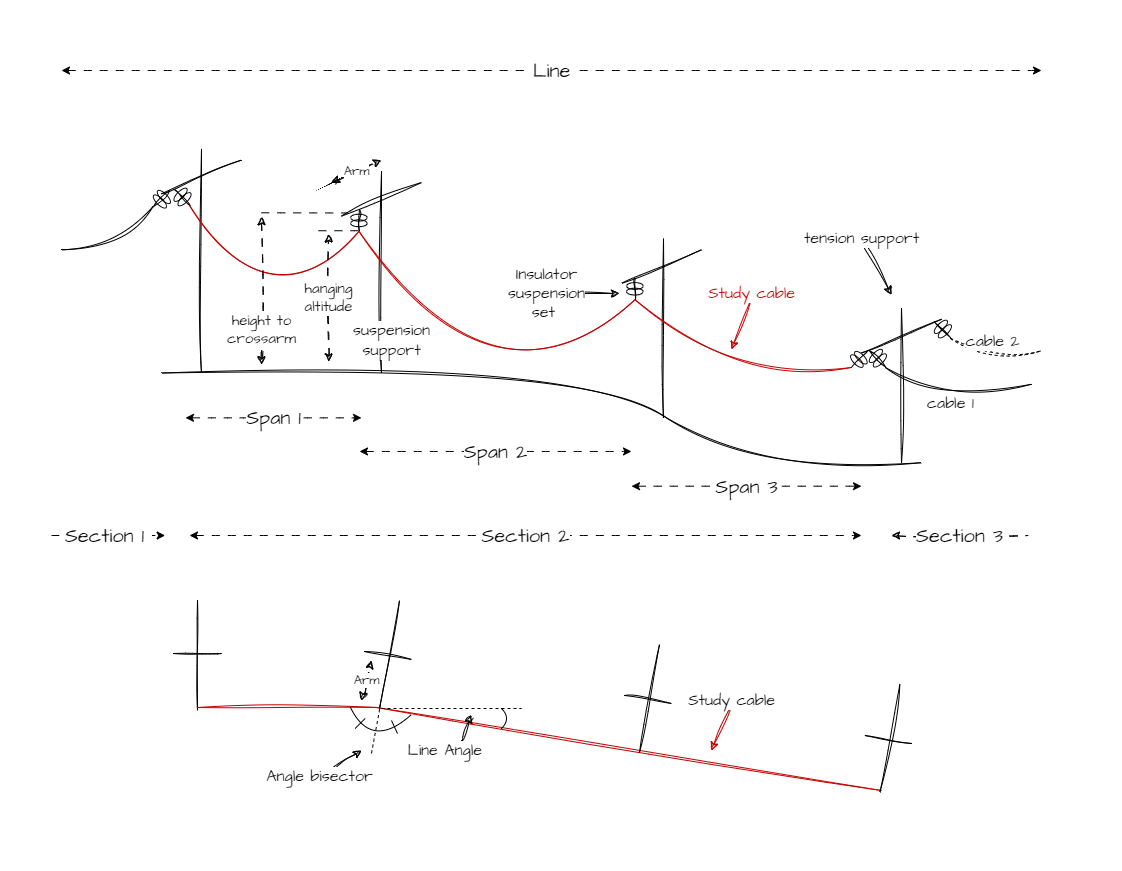
phlowers/mechaphlowers keeps this draw.io diagram as docs/user_guide/assets/powerline_definitions.drawio.png. Above is the earlier version. Source tidied: cells renumbered, new cells last; positions are measured from the earlier drawing's top-left corner, leaving out a move shared by most shapes.
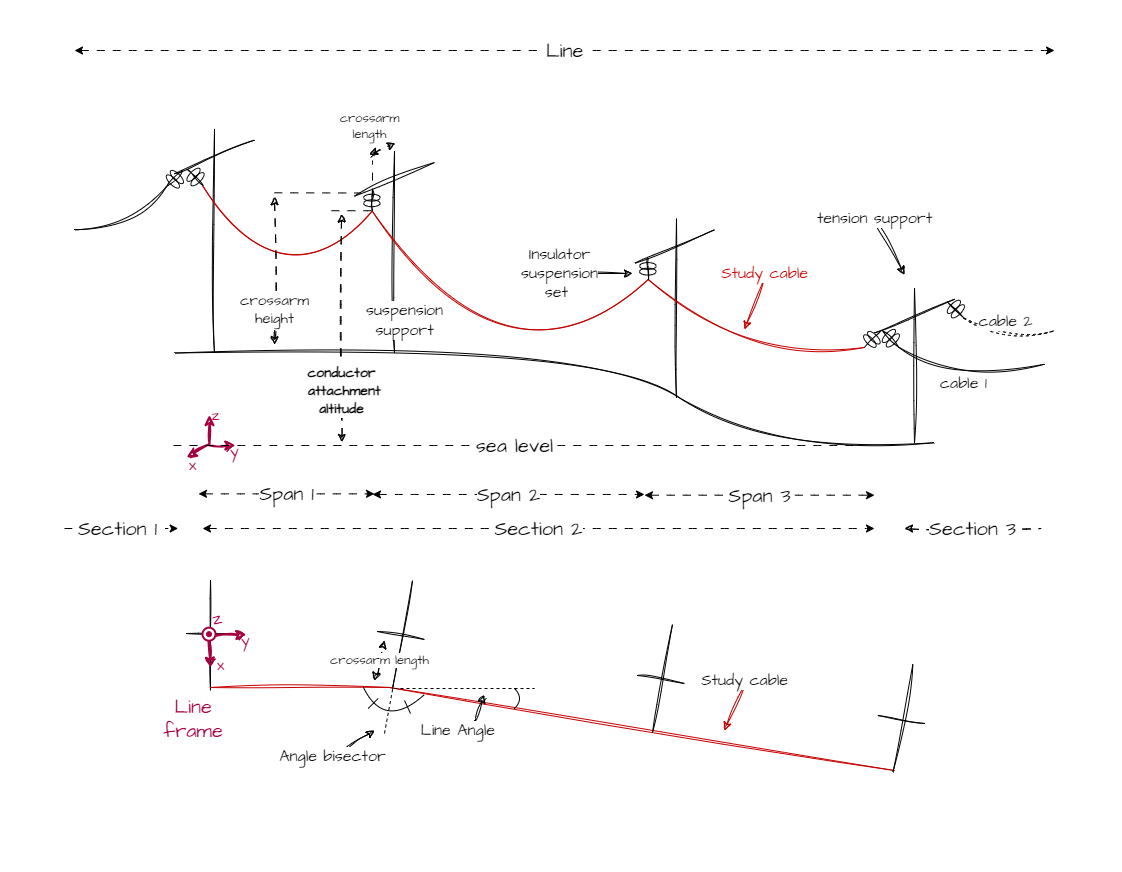
The same diagram one commit later.

Commit message:
conductor attachment altitude correction

The edit, as a diff of the source:
```diff
@@ -2,8 +2,8 @@
   <root>
     <mxCell id="0" />
     <mxCell id="1" parent="0" />
-    <mxCell id="2" style="rounded=0;whiteSpace=wrap;html=1;shadow=0;sketch=0;hachureGap=4;jiggle=2;curveFitting=1;strokeWidth=1;fontFamily=Architects Daughter;fontSource=https%3A%2F%2Ffonts.googleapis.com%2Fcss%3Ffamily%3DArchitects%2BDaughter;fontSize=15;fillColor=default;arcSize=1;strokeColor=none;" parent="1" vertex="1">
-      <mxGeometry width="1120.1" height="870" as="geometry" />
+    <mxCell id="2" style="rounded=0;html=1;shadow=0;sketch=0;hachureGap=4;jiggle=2;curveFitting=1;strokeWidth=1;fontFamily=Architects Daughter;fontSource=https%3A%2F%2Ffonts.googleapis.com%2Fcss%3Ffamily%3DArchitects%2BDaughter;fontSize=15;fillColor=default;arcSize=1;strokeColor=none;whiteSpace=wrap;" parent="1" vertex="1">
+      <mxGeometry x="-13" y="20" width="1120.1" height="870" as="geometry" />
     </mxCell>
     <mxCell id="3" style="endArrow=none;html=1;sketch=1;hachureGap=4;jiggle=2;curveFitting=1;fontFamily=Architects Daughter;fontSource=https%3A%2F%2Ffonts.googleapis.com%2Fcss%3Ffamily%3DArchitects%2BDaughter;fontSize=16;" parent="1" edge="1">
       <mxGeometry relative="1" as="geometry">
@@ -97,7 +97,7 @@
         <mxPoint x="711" y="750" as="targetPoint" />
       </mxGeometry>
     </mxCell>
-    <mxCell id="19" value="Arm" style="endArrow=classic;startArrow=classic;html=1;rounded=0;shadow=0;sketch=1;hachureGap=4;jiggle=2;curveFitting=1;strokeColor=default;fontFamily=Architects Daughter;fontSource=https%3A%2F%2Ffonts.googleapis.com%2Fcss%3Ffamily%3DArchitects%2BDaughter;fontSize=13;startSize=6;endSize=6;curved=1;jumpSize=6;dashed=1;dashPattern=8 8;" parent="1" edge="1">
+    <mxCell id="19" value="crossarm length" style="endArrow=classic;startArrow=classic;html=1;rounded=0;shadow=0;sketch=1;hachureGap=4;jiggle=2;curveFitting=1;strokeColor=default;fontFamily=Architects Daughter;fontSource=https%3A%2F%2Ffonts.googleapis.com%2Fcss%3Ffamily%3DArchitects%2BDaughter;fontSize=13;startSize=6;endSize=6;curved=1;jumpSize=6;dashed=1;dashPattern=8 8;" parent="1" edge="1">
       <mxGeometry relative="1" as="geometry">
         <mxPoint x="361" y="700" as="sourcePoint" />
         <mxPoint x="371" y="660" as="targetPoint" />
@@ -210,26 +210,26 @@
     </mxCell>
     <mxCell id="36" value="Span 1" style="endArrow=classic;startArrow=classic;html=1;rounded=0;shadow=0;hachureGap=4;strokeColor=default;fontFamily=Architects Daughter;fontSource=https%3A%2F%2Ffonts.googleapis.com%2Fcss%3Ffamily%3DArchitects%2BDaughter;fontSize=20;startSize=6;endSize=6;curved=1;jumpSize=6;dashed=1;dashPattern=8 8;" parent="25" edge="1">
       <mxGeometry relative="1" as="geometry">
-        <mxPoint x="134" y="347.3" as="sourcePoint" />
-        <mxPoint x="310" y="347.3" as="targetPoint" />
+        <mxPoint x="134" y="443.3" as="sourcePoint" />
+        <mxPoint x="310" y="443.3" as="targetPoint" />
       </mxGeometry>
     </mxCell>
     <mxCell id="37" value="Span 2" style="endArrow=classic;startArrow=classic;html=1;rounded=0;shadow=0;hachureGap=4;strokeColor=default;fontFamily=Architects Daughter;fontSource=https%3A%2F%2Ffonts.googleapis.com%2Fcss%3Ffamily%3DArchitects%2BDaughter;fontSize=20;startSize=6;endSize=6;curved=1;jumpSize=6;dashed=1;dashPattern=8 8;" parent="25" edge="1">
       <mxGeometry relative="1" as="geometry">
-        <mxPoint x="308" y="381" as="sourcePoint" />
-        <mxPoint x="580" y="381" as="targetPoint" />
+        <mxPoint x="308" y="444" as="sourcePoint" />
+        <mxPoint x="580" y="444" as="targetPoint" />
       </mxGeometry>
     </mxCell>
     <mxCell id="38" value="Span 3" style="endArrow=classic;startArrow=classic;html=1;rounded=0;shadow=0;hachureGap=4;strokeColor=default;fontFamily=Architects Daughter;fontSource=https%3A%2F%2Ffonts.googleapis.com%2Fcss%3Ffamily%3DArchitects%2BDaughter;fontSize=20;startSize=6;endSize=6;curved=1;jumpSize=6;dashed=1;dashPattern=8 8;" parent="25" edge="1">
       <mxGeometry relative="1" as="geometry">
-        <mxPoint x="580" y="415.7" as="sourcePoint" />
-        <mxPoint x="810" y="415.7" as="targetPoint" />
+        <mxPoint x="580" y="444.7" as="sourcePoint" />
+        <mxPoint x="810" y="444.7" as="targetPoint" />
       </mxGeometry>
     </mxCell>
     <mxCell id="39" value="Section 2" style="endArrow=classic;startArrow=classic;html=1;rounded=0;shadow=0;hachureGap=4;strokeColor=default;fontFamily=Architects Daughter;fontSource=https%3A%2F%2Ffonts.googleapis.com%2Fcss%3Ffamily%3DArchitects%2BDaughter;fontSize=20;startSize=6;endSize=6;curved=1;jumpSize=6;dashed=1;dashPattern=8 8;" parent="25" edge="1">
       <mxGeometry relative="1" as="geometry">
-        <mxPoint x="138" y="465" as="sourcePoint" />
-        <mxPoint x="810" y="465" as="targetPoint" />
+        <mxPoint x="138" y="478" as="sourcePoint" />
+        <mxPoint x="810" y="478" as="targetPoint" />
       </mxGeometry>
     </mxCell>
     <mxCell id="40" style="endArrow=none;html=1;rounded=0;shadow=0;sketch=1;hachureGap=4;jiggle=2;curveFitting=1;strokeColor=default;fontFamily=Architects Daughter;fontSource=https%3A%2F%2Ffonts.googleapis.com%2Fcss%3Ffamily%3DArchitects%2BDaughter;fontSize=16;curved=1;" parent="25" edge="1" source="44">
@@ -342,14 +342,14 @@
     </mxCell>
     <mxCell id="69" value="Section 3" style="endArrow=none;startArrow=classic;html=1;rounded=0;shadow=0;sketch=1;hachureGap=4;jiggle=2;curveFitting=1;strokeColor=default;fontFamily=Architects Daughter;fontSource=https%3A%2F%2Ffonts.googleapis.com%2Fcss%3Ffamily%3DArchitects%2BDaughter;fontSize=20;startSize=6;endSize=6;curved=1;jumpSize=6;dashed=1;dashPattern=8 8;startFill=0;endFill=0;" parent="25" edge="1">
       <mxGeometry relative="1" as="geometry">
-        <mxPoint x="840" y="465" as="sourcePoint" />
-        <mxPoint x="976.6" y="465" as="targetPoint" />
+        <mxPoint x="840" y="478" as="sourcePoint" />
+        <mxPoint x="976.6" y="478" as="targetPoint" />
       </mxGeometry>
     </mxCell>
-    <mxCell id="70" value="Arm" style="endArrow=classic;startArrow=classic;html=1;rounded=0;shadow=0;sketch=1;hachureGap=4;jiggle=2;curveFitting=1;strokeColor=default;fontFamily=Architects Daughter;fontSource=https%3A%2F%2Ffonts.googleapis.com%2Fcss%3Ffamily%3DArchitects%2BDaughter;fontSize=13;startSize=6;endSize=6;curved=1;jumpSize=6;dashed=1;dashPattern=8 8;" parent="25" edge="1">
-      <mxGeometry relative="1" as="geometry">
-        <mxPoint x="280" y="112" as="sourcePoint" />
-        <mxPoint x="330" y="89.6" as="targetPoint" />
+    <mxCell id="70" value="crossarm&lt;br&gt;length" style="endArrow=classic;startArrow=classic;html=1;rounded=0;shadow=0;sketch=1;hachureGap=4;jiggle=2;curveFitting=1;strokeColor=default;fontFamily=Architects Daughter;fontSource=https%3A%2F%2Ffonts.googleapis.com%2Fcss%3Ffamily%3DArchitects%2BDaughter;fontSize=13;startSize=6;endSize=6;curved=1;jumpSize=6;dashed=1;dashPattern=8 8;" parent="25" edge="1">
+      <mxGeometry x="-0.22" y="26" relative="1" as="geometry">
+        <mxPoint x="305" y="104" as="sourcePoint" />
+        <mxPoint x="331" y="92.6" as="targetPoint" />
       </mxGeometry>
     </mxCell>
     <mxCell id="71" value="tension support" style="endArrow=classic;startArrow=none;html=1;rounded=0;shadow=0;sketch=1;hachureGap=4;jiggle=2;curveFitting=1;strokeColor=default;fontFamily=Architects Daughter;fontSource=https%3A%2F%2Ffonts.googleapis.com%2Fcss%3Ffamily%3DArchitects%2BDaughter;fontSize=16;startSize=6;endSize=6;curved=1;jumpSize=6;startFill=0;" parent="25" edge="1">
@@ -380,8 +380,8 @@
     </mxCell>
     <mxCell id="77" value="Section 1&amp;nbsp;" style="endArrow=classic;startArrow=none;html=1;rounded=0;shadow=0;hachureGap=4;strokeColor=default;fontFamily=Architects Daughter;fontSource=https%3A%2F%2Ffonts.googleapis.com%2Fcss%3Ffamily%3DArchitects%2BDaughter;fontSize=20;startSize=6;endSize=6;curved=1;jumpSize=6;dashed=1;dashPattern=8 8;startFill=0;endFill=1;" parent="25" edge="1">
       <mxGeometry relative="1" as="geometry">
-        <mxPoint y="465" as="sourcePoint" />
-        <mxPoint x="113.7" y="465" as="targetPoint" />
+        <mxPoint y="478" as="sourcePoint" />
+        <mxPoint x="113.7" y="478" as="targetPoint" />
       </mxGeometry>
     </mxCell>
     <mxCell id="78" value="&amp;nbsp;Line&amp;nbsp;" style="endArrow=classic;startArrow=classic;html=1;rounded=0;shadow=0;hachureGap=4;strokeColor=default;fontFamily=Architects Daughter;fontSource=https%3A%2F%2Ffonts.googleapis.com%2Fcss%3Ffamily%3DArchitects%2BDaughter;fontSize=20;startSize=6;endSize=6;curved=1;jumpSize=6;dashed=1;dashPattern=8 8;" parent="25" edge="1">
@@ -396,13 +396,13 @@
         <mxPoint x="680" y="279" as="targetPoint" />
       </mxGeometry>
     </mxCell>
-    <mxCell id="80" value="hanging&lt;br style=&quot;font-size: 15px;&quot;&gt;altitude" style="endArrow=classic;startArrow=classic;html=1;rounded=0;shadow=0;sketch=1;hachureGap=4;jiggle=2;curveFitting=1;strokeColor=default;fontFamily=Architects Daughter;fontSource=https%3A%2F%2Ffonts.googleapis.com%2Fcss%3Ffamily%3DArchitects%2BDaughter;fontSize=15;startSize=6;endSize=6;curved=1;jumpSize=6;dashed=1;dashPattern=8 8;" parent="25" edge="1">
-      <mxGeometry relative="1" as="geometry">
-        <mxPoint x="277" y="291.3" as="sourcePoint" />
+    <mxCell id="80" value="&lt;span style=&quot;font-size: 14px; font-weight: 600;&quot;&gt;conductor&lt;br&gt;&amp;nbsp;attachment &lt;br&gt;altitude&lt;br&gt;&lt;/span&gt;" style="endArrow=classic;startArrow=classic;html=1;rounded=0;shadow=0;sketch=1;hachureGap=4;jiggle=2;curveFitting=1;strokeColor=default;fontFamily=Architects Daughter;fontSource=https%3A%2F%2Ffonts.googleapis.com%2Fcss%3Ffamily%3DArchitects%2BDaughter;fontSize=15;startSize=6;endSize=6;curved=1;jumpSize=6;dashed=1;dashPattern=8 8;fontColor=default;labelBackgroundColor=default;" parent="25" edge="1">
+      <mxGeometry x="-0.54" relative="1" as="geometry">
+        <mxPoint x="277" y="392" as="sourcePoint" />
         <mxPoint x="277" y="163.6" as="targetPoint" />
       </mxGeometry>
     </mxCell>
-    <mxCell id="81" value="height to&lt;br&gt;crossarm" style="endArrow=classic;startArrow=classic;html=1;rounded=0;shadow=0;sketch=1;hachureGap=4;jiggle=2;curveFitting=1;strokeColor=default;fontFamily=Architects Daughter;fontSource=https%3A%2F%2Ffonts.googleapis.com%2Fcss%3Ffamily%3DArchitects%2BDaughter;fontSize=15;startSize=6;endSize=6;curved=1;jumpSize=6;dashed=1;dashPattern=8 8;" parent="25" edge="1">
+    <mxCell id="81" value="crossarm&lt;br&gt;height" style="endArrow=classic;startArrow=classic;html=1;rounded=0;shadow=0;sketch=1;hachureGap=4;jiggle=2;curveFitting=1;strokeColor=default;fontFamily=Architects Daughter;fontSource=https%3A%2F%2Ffonts.googleapis.com%2Fcss%3Ffamily%3DArchitects%2BDaughter;fontSize=15;startSize=6;endSize=6;curved=1;jumpSize=6;dashed=1;dashPattern=8 8;" parent="25" edge="1">
       <mxGeometry x="-0.52" relative="1" as="geometry">
         <mxPoint x="210" y="294.1" as="sourcePoint" />
         <mxPoint x="210" y="146.2" as="targetPoint" />
@@ -420,5 +420,62 @@
         <mxPoint x="307" y="160.2" as="targetPoint" />
       </mxGeometry>
     </mxCell>
+    <mxCell id="84" style="group;rotation=-10.9;" parent="1" vertex="1">
+      <mxGeometry x="190" y="628.2" width="43" height="55.8" as="geometry" />
+    </mxCell>
+    <mxCell id="85" value="x" style="endArrow=classic;html=1;sketch=1;hachureGap=4;jiggle=2;curveFitting=1;fontFamily=Architects Daughter;fontSource=https%3A%2F%2Ffonts.googleapis.com%2Fcss%3Ffamily%3DArchitects%2BDaughter;fontSize=16;fillColor=#d80073;strokeColor=#A50040;fontColor=#A50040;labelBackgroundColor=none;strokeWidth=2;" parent="84" edge="1">
+      <mxGeometry x="0.9" y="10" relative="1" as="geometry">
+        <mxPoint x="5" y="27" as="sourcePoint" />
+        <mxPoint x="7" y="59" as="targetPoint" />
+      </mxGeometry>
+    </mxCell>
+    <mxCell id="86" value="y" style="endArrow=classic;html=1;sketch=1;hachureGap=4;jiggle=2;curveFitting=1;fontFamily=Architects Daughter;fontSource=https%3A%2F%2Ffonts.googleapis.com%2Fcss%3Ffamily%3DArchitects%2BDaughter;fontSize=16;labelBackgroundColor=none;fontColor=#A50040;fillColor=#d80073;strokeColor=#A50040;strokeWidth=2;" parent="84" edge="1">
+      <mxGeometry x="0.95" y="-6" relative="1" as="geometry">
+        <mxPoint x="5" y="27" as="sourcePoint" />
+        <mxPoint x="43" y="26" as="targetPoint" />
+      </mxGeometry>
+    </mxCell>
+    <mxCell id="87" style="ellipse;whiteSpace=wrap;html=1;hachureGap=4;fontFamily=Architects Daughter;fontSource=https%3A%2F%2Ffonts.googleapis.com%2Fcss%3Ffamily%3DArchitects%2BDaughter;fontSize=19;fontColor=#d11fae;labelBackgroundColor=none;endArrow=classic;rounded=1;strokeColor=#A50040;fillColor=default;verticalAlign=middle;strokeWidth=2;rotation=-10.9;" parent="84" vertex="1">
+      <mxGeometry x="-1" y="19" width="13" height="13" as="geometry" />
+    </mxCell>
+    <mxCell id="88" style="ellipse;whiteSpace=wrap;html=1;hachureGap=4;fontFamily=Architects Daughter;fontSource=https%3A%2F%2Ffonts.googleapis.com%2Fcss%3Ffamily%3DArchitects%2BDaughter;fontSize=19;fontColor=#A50040;labelBackgroundColor=none;endArrow=classic;rounded=1;strokeColor=#A50040;fillColor=#A50040;verticalAlign=middle;gradientColor=none;rotation=-10.9;" parent="84" vertex="1">
+      <mxGeometry x="3" y="23" width="5" height="5" as="geometry" />
+    </mxCell>
+    <mxCell id="89" value="z" style="text;html=1;strokeColor=none;fillColor=none;align=center;verticalAlign=middle;whiteSpace=wrap;rounded=0;labelBackgroundColor=none;sketch=0;hachureGap=4;jiggle=2;curveFitting=1;fontFamily=Architects Daughter;fontSource=https%3A%2F%2Ffonts.googleapis.com%2Fcss%3Ffamily%3DArchitects%2BDaughter;fontSize=19;fontColor=#A50040;rotation=-10.9;" parent="84" vertex="1">
+      <mxGeometry x="4" y="1" width="20" height="20" as="geometry" />
+    </mxCell>
+    <mxCell id="90" value="y" style="endArrow=classic;html=1;sketch=1;hachureGap=4;jiggle=2;curveFitting=1;fontFamily=Architects Daughter;fontSource=https%3A%2F%2Ffonts.googleapis.com%2Fcss%3Ffamily%3DArchitects%2BDaughter;fontSize=16;labelBackgroundColor=none;fontColor=#A50040;fillColor=#d80073;strokeColor=#A50040;strokeWidth=2;" parent="1" edge="1">
+      <mxGeometry x="0.95" y="-6" relative="1" as="geometry">
+        <mxPoint x="196" y="465" as="sourcePoint" />
+        <mxPoint x="222" y="465" as="targetPoint" />
+      </mxGeometry>
+    </mxCell>
+    <mxCell id="91" value="z" style="endArrow=classic;html=1;sketch=1;hachureGap=4;jiggle=2;curveFitting=1;fontFamily=Architects Daughter;fontSource=https%3A%2F%2Ffonts.googleapis.com%2Fcss%3Ffamily%3DArchitects%2BDaughter;fontSize=16;labelBackgroundColor=none;fontColor=#A50040;fillColor=#d80073;strokeColor=#A50040;strokeWidth=2;" parent="1" edge="1">
+      <mxGeometry x="0.95" y="-6" relative="1" as="geometry">
+        <mxPoint x="196" y="463" as="sourcePoint" />
+        <mxPoint x="196" y="434.5" as="targetPoint" />
+      </mxGeometry>
+    </mxCell>
+    <mxCell id="92" value="x" style="endArrow=classic;html=1;sketch=1;hachureGap=4;jiggle=2;curveFitting=1;fontFamily=Architects Daughter;fontSource=https%3A%2F%2Ffonts.googleapis.com%2Fcss%3Ffamily%3DArchitects%2BDaughter;fontSize=16;fillColor=#d80073;strokeColor=#A50040;fontColor=#A50040;labelBackgroundColor=none;strokeWidth=2;" parent="1" edge="1">
+      <mxGeometry x="0.9" y="10" relative="1" as="geometry">
+        <mxPoint x="196" y="463.5" as="sourcePoint" />
+        <mxPoint x="173" y="477" as="targetPoint" />
+      </mxGeometry>
+    </mxCell>
+    <mxCell id="93" value="sea level" style="endArrow=none;startArrow=none;html=1;rounded=0;shadow=0;hachureGap=4;strokeColor=default;fontFamily=Architects Daughter;fontSource=https%3A%2F%2Ffonts.googleapis.com%2Fcss%3Ffamily%3DArchitects%2BDaughter;fontSize=20;startSize=6;endSize=6;curved=1;jumpSize=6;dashed=1;dashPattern=8 8;endFill=0;startFill=0;" parent="1" edge="1">
+      <mxGeometry relative="1" as="geometry">
+        <mxPoint x="160" y="465" as="sourcePoint" />
+        <mxPoint x="841" y="465" as="targetPoint" />
+      </mxGeometry>
+    </mxCell>
+    <mxCell id="94" style="endArrow=none;startArrow=none;html=1;rounded=0;shadow=0;hachureGap=4;strokeColor=default;fontFamily=Architects Daughter;fontSource=https%3A%2F%2Ffonts.googleapis.com%2Fcss%3Ffamily%3DArchitects%2BDaughter;fontSize=16;startSize=6;endSize=6;curved=1;jumpSize=6;dashed=1;dashPattern=8 8;startFill=0;endFill=0;exitX=0.048;exitY=0.002;exitDx=0;exitDy=0;exitPerimeter=0;" parent="1" edge="1">
+      <mxGeometry relative="1" as="geometry">
+        <mxPoint x="359" y="216" as="sourcePoint" />
+        <mxPoint x="359" y="180" as="targetPoint" />
+      </mxGeometry>
+    </mxCell>
+    <mxCell id="95" value="Line frame" style="text;html=1;strokeColor=none;fillColor=none;align=center;verticalAlign=middle;whiteSpace=wrap;rounded=0;sketch=0;hachureGap=4;jiggle=2;curveFitting=1;fontFamily=Architects Daughter;fontSource=https%3A%2F%2Ffonts.googleapis.com%2Fcss%3Ffamily%3DArchitects%2BDaughter;fontSize=20;fontColor=#A50040;" parent="1" vertex="1">
+      <mxGeometry x="150" y="723" width="60" height="30" as="geometry" />
+    </mxCell>
   </root>
 </mxGraphModel>
```
